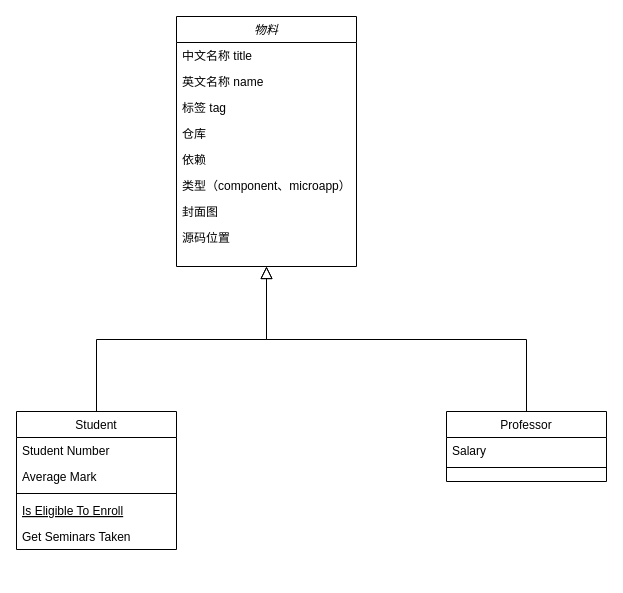
star212/doc keeps this draw.io diagram as 字段范围.drawio. Above is the earlier version. Source tidied: cells renumbered, new cells numbered last; positions are measured from the earlier drawing's top-left corner, leaving out a move shared by most shapes. Both pictures are drawn from the tidied source at 100%, with x=0, y=0 at pixel (16, 16).
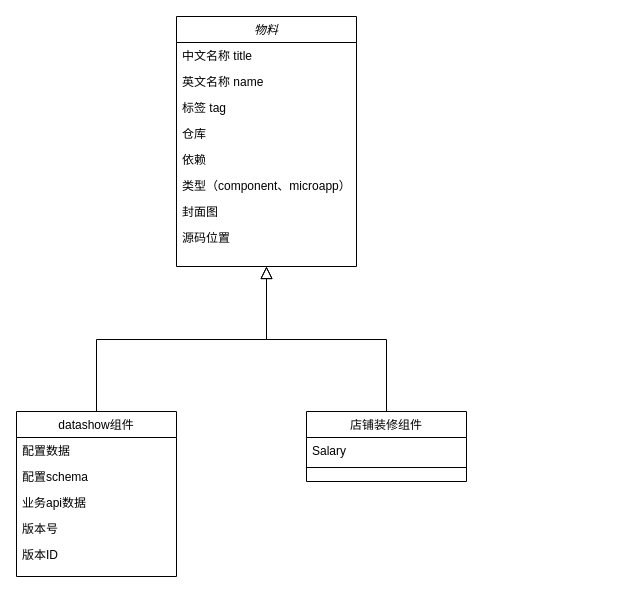
The same page after the edit.

Change to the diagram source:
```diff
@@
-    <mxCell id="11" value="Student" style="swimlane;fontStyle=0;align=center;verticalAlign=top;horizontal=1;startSize=26;rounded=0;shadow=0;strokeWidth=1;" parent="1" vertex="1">
-      <mxGeometry y="395" width="160" height="138" as="geometry" />
+    <mxCell id="11" value="datashow组件" style="swimlane;fontStyle=0;align=center;verticalAlign=top;horizontal=1;startSize=26;rounded=0;shadow=0;strokeWidth=1;" parent="1" vertex="1">
+      <mxGeometry y="395" width="160" height="165" as="geometry" />
     </mxCell>
-    <mxCell id="12" value="Student Number" style="text;align=left;verticalAlign=top;spacingLeft=4;spacingRight=4;overflow=hidden;" parent="11" vertex="1">
+    <mxCell id="12" value="配置数据" style="text;align=left;verticalAlign=top;spacingLeft=4;spacingRight=4;overflow=hidden;" parent="11" vertex="1">
       <mxGeometry y="26" width="160" height="26" as="geometry" />
     </mxCell>
-    <mxCell id="13" value="Average Mark" style="text;align=left;verticalAlign=top;spacingLeft=4;spacingRight=4;overflow=hidden;rounded=0;shadow=0;html=0;" parent="11" vertex="1">
+    <mxCell id="13" value="配置schema" style="text;align=left;verticalAlign=top;spacingLeft=4;spacingRight=4;overflow=hidden;rounded=0;shadow=0;html=0;" parent="11" vertex="1">
       <mxGeometry y="52" width="160" height="26" as="geometry" />
     </mxCell>
-    <mxCell id="14" style="line;html=1;strokeWidth=1;align=left;verticalAlign=middle;spacingTop=-1;spacingLeft=3;spacingRight=3;labelPosition=right;" parent="11" vertex="1">
-      <mxGeometry y="78" width="160" height="8" as="geometry" />
-    </mxCell>
-    <mxCell id="15" value="Is Eligible To Enroll" style="text;align=left;verticalAlign=top;spacingLeft=4;spacingRight=4;overflow=hidden;fontStyle=4;" parent="11" vertex="1">
-      <mxGeometry y="86" width="160" height="26" as="geometry" />
-    </mxCell>
-    <mxCell id="16" value="Get Seminars Taken" style="text;align=left;verticalAlign=top;spacingLeft=4;spacingRight=4;overflow=hidden;" parent="11" vertex="1">
-      <mxGeometry y="112" width="160" height="26" as="geometry" />
-    </mxCell>
+    <mxCell id="22" value="业务api数据" style="text;align=left;verticalAlign=top;spacingLeft=4;spacingRight=4;overflow=hidden;rounded=0;shadow=0;html=0;" parent="11" vertex="1">
+      <mxGeometry y="78" width="160" height="26" as="geometry" />
+    </mxCell>
+    <mxCell id="23" value="版本号" style="text;align=left;verticalAlign=top;spacingLeft=4;spacingRight=4;overflow=hidden;rounded=0;shadow=0;html=0;" parent="11" vertex="1">
+      <mxGeometry y="104" width="160" height="26" as="geometry" />
+    </mxCell>
+    <mxCell id="24" value="版本ID" style="text;align=left;verticalAlign=top;spacingLeft=4;spacingRight=4;overflow=hidden;rounded=0;shadow=0;html=0;" parent="11" vertex="1">
+      <mxGeometry y="130" width="160" height="26" as="geometry" />
+    </mxCell>
@@
-    <mxCell id="18" value="Professor" style="swimlane;fontStyle=0;align=center;verticalAlign=top;horizontal=1;startSize=26;rounded=0;shadow=0;strokeWidth=1;" parent="1" vertex="1">
-      <mxGeometry x="430" y="395" width="160" height="70" as="geometry" />
+    <mxCell id="18" value="店铺装修组件&#10;" style="swimlane;fontStyle=0;align=center;verticalAlign=top;horizontal=1;startSize=26;rounded=0;shadow=0;strokeWidth=1;" parent="1" vertex="1">
+      <mxGeometry x="290" y="395" width="160" height="70" as="geometry" />
     </mxCell>
```
